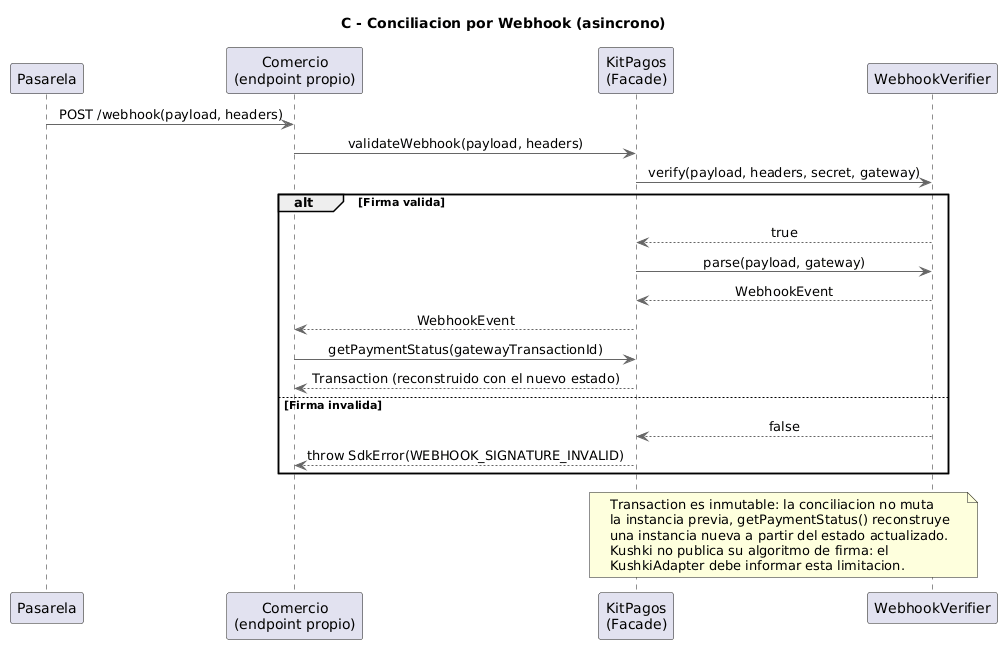
PurosBrothers/Kit-Pagos-Colombia---Tesis keeps this PlantUML diagram as docs/architecture/SDK/Sequence Diagram - Webhook Conciliation.png. Above is the earlier version.
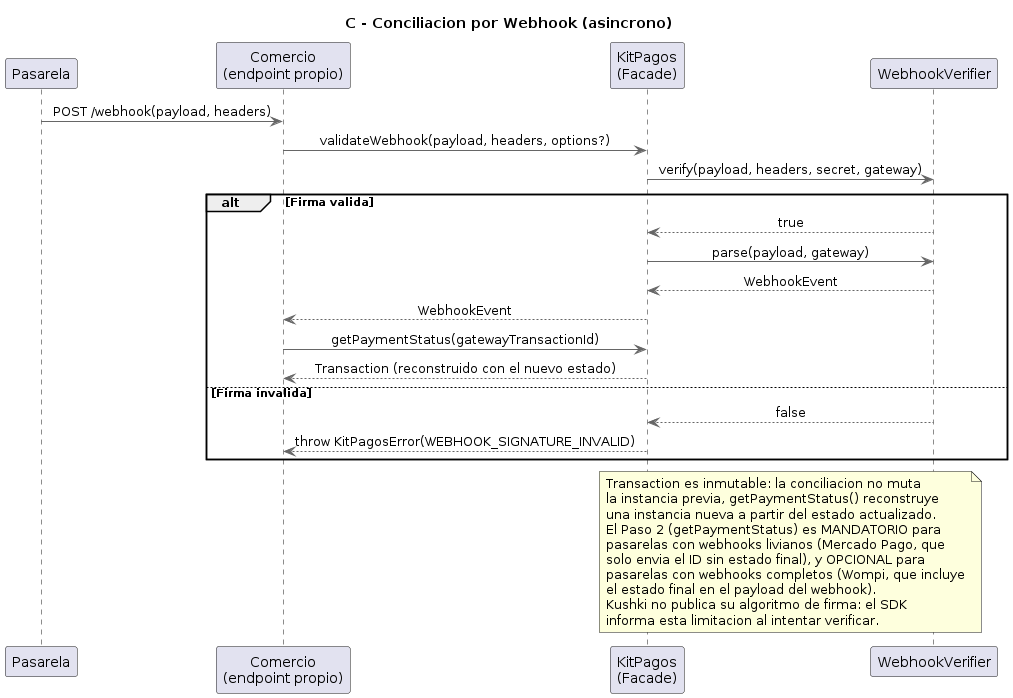
The same diagram one commit later.

Change to the diagram source:
```diff
@@ -11,7 +11,7 @@
 participant "WebhookVerifier" as Verifier
 
 Pasarela -> Comercio : POST /webhook(payload, headers)
-Comercio -> Facade : validateWebhook(payload, headers)
+Comercio -> Facade : validateWebhook(payload, headers, options?)
 Facade -> Verifier : verify(payload, headers, secret, gateway)
 
 alt Firma valida
@@ -23,14 +23,19 @@
   Facade --> Comercio : Transaction (reconstruido con el nuevo estado)
 else Firma invalida
   Verifier --> Facade : false
-  Facade --> Comercio : throw SdkError(WEBHOOK_SIGNATURE_INVALID)
+  Facade --> Comercio : throw KitPagosError(WEBHOOK_SIGNATURE_INVALID)
 end
 
 note over Facade, Verifier
   Transaction es inmutable: la conciliacion no muta
   la instancia previa, getPaymentStatus() reconstruye
   una instancia nueva a partir del estado actualizado.
-  Kushki no publica su algoritmo de firma: el
-  KushkiAdapter debe informar esta limitacion.
+  El Paso 2 (getPaymentStatus) es MANDATORIO para
+  pasarelas con webhooks livianos (Mercado Pago, que
+  solo envia el ID sin estado final), y OPCIONAL para
+  pasarelas con webhooks completos (Wompi, que incluye
+  el estado final en el payload del webhook).
+  Kushki no publica su algoritmo de firma: el SDK
+  informa esta limitacion al intentar verificar.
 end note
 @enduml
```
